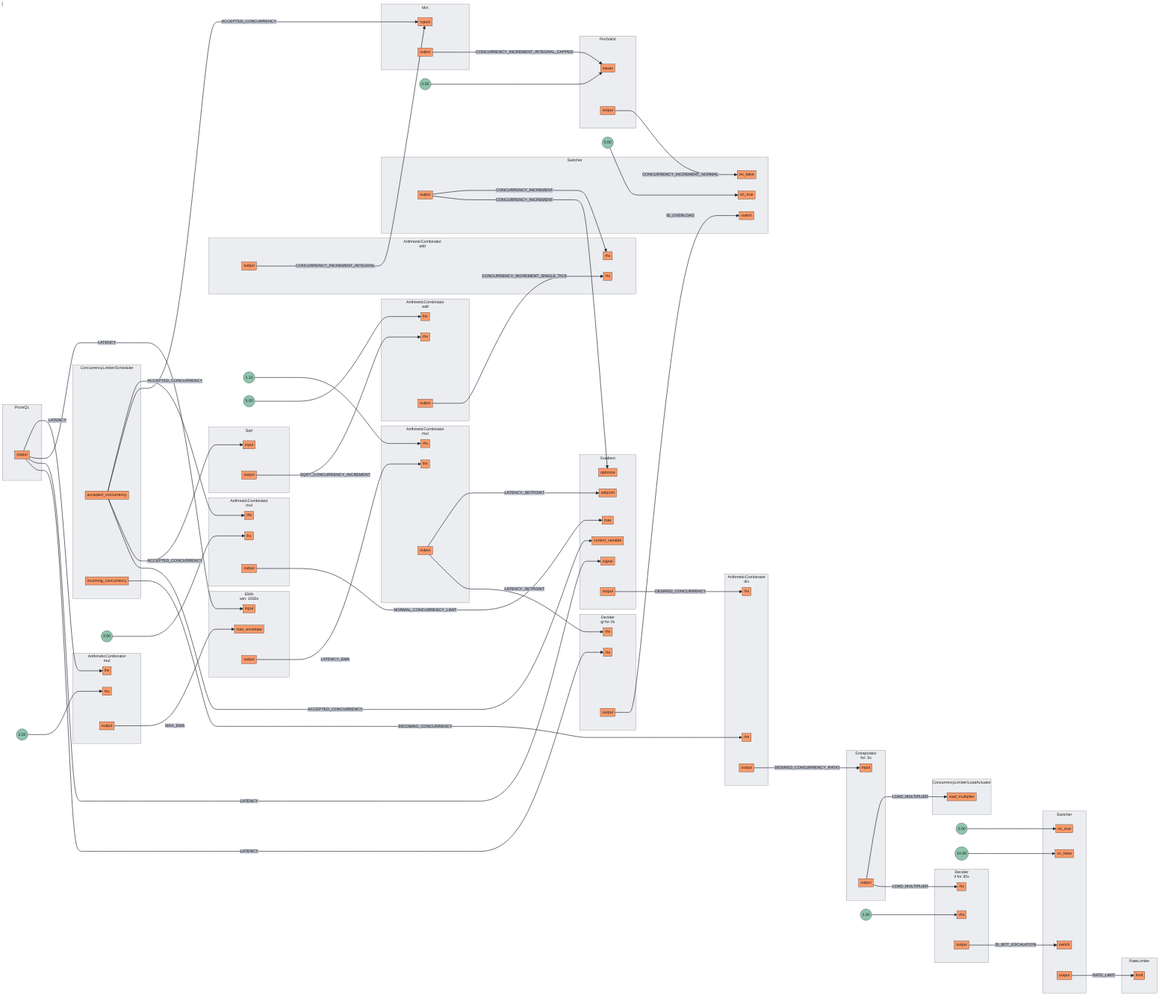
Earlier version of the Mermaid export docs/content/tutorials/flow-control/assets/dynamic-rate-limiting/dynamic-rate-limiting.mmd.png (fluxninja/aperture). Its source is kept beside it as docs/content/tutorials/flow-control/assets/dynamic-rate-limiting/dynamic-rate-limiting.mmd. Source of this version:
```mermaid
flowchart LR
subgraph 0[<center>ArithmeticCombinator<br/>mul</center>]
subgraph 0_inports[ ]
style 0_inports fill:none,stroke:none
0lhs[lhs]
0rhs[rhs]
end
subgraph 0_outports[ ]
style 0_outports fill:none,stroke:none
0output[output]
end
end
FakeConstant0((2.00))
FakeConstant0 --> 0rhs
subgraph 1[<center>ArithmeticCombinator<br/>mul</center>]
subgraph 1_inports[ ]
style 1_inports fill:none,stroke:none
1lhs[lhs]
1rhs[rhs]
end
subgraph 1_outports[ ]
style 1_outports fill:none,stroke:none
1output[output]
end
end
FakeConstant1((1.10))
FakeConstant1 --> 1rhs
subgraph 2[<center>ArithmeticCombinator<br/>div</center>]
subgraph 2_inports[ ]
style 2_inports fill:none,stroke:none
2lhs[lhs]
2rhs[rhs]
end
subgraph 2_outports[ ]
style 2_outports fill:none,stroke:none
2output[output]
end
end
subgraph 3[<center>ArithmeticCombinator<br/>mul</center>]
subgraph 3_inports[ ]
style 3_inports fill:none,stroke:none
3rhs[rhs]
3lhs[lhs]
end
subgraph 3_outports[ ]
style 3_outports fill:none,stroke:none
3output[output]
end
end
FakeConstant2((2.00))
FakeConstant2 --> 3lhs
subgraph 4[<center>ArithmeticCombinator<br/>add</center>]
subgraph 4_inports[ ]
style 4_inports fill:none,stroke:none
4rhs[rhs]
4lhs[lhs]
end
subgraph 4_outports[ ]
style 4_outports fill:none,stroke:none
4output[output]
end
end
FakeConstant3((5.00))
FakeConstant3 --> 4lhs
subgraph 5[<center>ArithmeticCombinator<br/>add</center>]
subgraph 5_inports[ ]
style 5_inports fill:none,stroke:none
5lhs[lhs]
5rhs[rhs]
end
subgraph 5_outports[ ]
style 5_outports fill:none,stroke:none
5output[output]
end
end
subgraph 6[Min]
subgraph 6_inports[ ]
style 6_inports fill:none,stroke:none
6inputs[inputs]
6inputs[inputs]
end
subgraph 6_outports[ ]
style 6_outports fill:none,stroke:none
6output[output]
end
end
subgraph 7[FirstValid]
subgraph 7_inports[ ]
style 7_inports fill:none,stroke:none
7inputs[inputs]
7inputs[inputs]
end
subgraph 7_outports[ ]
style 7_outports fill:none,stroke:none
7output[output]
end
end
FakeConstant4((0.00))
FakeConstant4 --> 7inputs
subgraph 8[Sqrt]
subgraph 8_inports[ ]
style 8_inports fill:none,stroke:none
8input[input]
end
subgraph 8_outports[ ]
style 8_outports fill:none,stroke:none
8output[output]
end
end
subgraph 9[PromQL]
subgraph 9_outports[ ]
style 9_outports fill:none,stroke:none
9output[output]
end
end
subgraph 10[<center>EMA<br/>win: 1500s</center>]
subgraph 10_inports[ ]
style 10_inports fill:none,stroke:none
10input[input]
10max_envelope[max_envelope]
end
subgraph 10_outports[ ]
style 10_outports fill:none,stroke:none
10output[output]
end
end
subgraph 11[Gradient]
subgraph 11_inports[ ]
style 11_inports fill:none,stroke:none
11optimize[optimize]
11max[max]
11control_variable[control_variable]
11signal[signal]
11setpoint[setpoint]
end
subgraph 11_outports[ ]
style 11_outports fill:none,stroke:none
11output[output]
end
end
subgraph 12[<center>Extrapolator<br/>for: 5s</center>]
subgraph 12_inports[ ]
style 12_inports fill:none,stroke:none
12input[input]
end
subgraph 12_outports[ ]
style 12_outports fill:none,stroke:none
12output[output]
end
end
subgraph 13.Scheduler[ConcurrencyLimiter/Scheduler]
subgraph 13.Scheduler_outports[ ]
style 13.Scheduler_outports fill:none,stroke:none
13.Scheduleraccepted_concurrency[accepted_concurrency]
13.Schedulerincoming_concurrency[incoming_concurrency]
end
end
subgraph 13.LoadActuator[ConcurrencyLimiter/LoadActuator]
subgraph 13.LoadActuator_inports[ ]
style 13.LoadActuator_inports fill:none,stroke:none
13.LoadActuatorload_multiplier[load_multiplier]
end
end
subgraph 18[RateLimiter]
subgraph 18_inports[ ]
style 18_inports fill:none,stroke:none
18limit[limit]
end
end
subgraph 17[Switcher]
subgraph 17_inports[ ]
style 17_inports fill:none,stroke:none
17on_true[on_true]
17on_false[on_false]
17switch[switch]
end
subgraph 17_outports[ ]
style 17_outports fill:none,stroke:none
17output[output]
end
end
FakeConstant5((0.00))
FakeConstant5 --> 17on_true
FakeConstant6((10.00))
FakeConstant6 --> 17on_false
subgraph 14[<center>Decider<br/>gt for 0s</center>]
subgraph 14_inports[ ]
style 14_inports fill:none,stroke:none
14lhs[lhs]
14rhs[rhs]
end
subgraph 14_outports[ ]
style 14_outports fill:none,stroke:none
14output[output]
end
end
subgraph 15[Switcher]
subgraph 15_inports[ ]
style 15_inports fill:none,stroke:none
15switch[switch]
15on_true[on_true]
15on_false[on_false]
end
subgraph 15_outports[ ]
style 15_outports fill:none,stroke:none
15output[output]
end
end
FakeConstant7((0.00))
FakeConstant7 --> 15on_true
subgraph 16[<center>Decider<br/>lt for 30s</center>]
subgraph 16_inports[ ]
style 16_inports fill:none,stroke:none
16lhs[lhs]
16rhs[rhs]
end
subgraph 16_outports[ ]
style 16_outports fill:none,stroke:none
16output[output]
end
end
FakeConstant8((1.00))
FakeConstant8 --> 16rhs
9output --> |LATENCY| 0lhs
9output --> |LATENCY| 10input
9output --> |LATENCY| 11signal
9output --> |LATENCY| 14lhs
10output --> |LATENCY_EMA| 1lhs
11output --> |DESIRED_CONCURRENCY| 2lhs
12output --> |LOAD_MULTIPLIER| 13.LoadActuatorload_multiplier
12output --> |LOAD_MULTIPLIER| 16lhs
15output --> |CONCURRENCY_INCREMENT| 5rhs
15output --> |CONCURRENCY_INCREMENT| 11optimize
17output --> |RATE_LIMIT| 18limit
5output --> |CONCURRENCY_INCREMENT_INTEGRAL| 6inputs
1output --> |LATENCY_SETPOINT| 11setpoint
1output --> |LATENCY_SETPOINT| 14rhs
7output --> |CONCURRENCY_INCREMENT_NORMAL| 15on_false
13.Schedulerincoming_concurrency --> |INCOMING_CONCURRENCY| 2rhs
0output --> |MAX_EMA| 10max_envelope
3output --> |NORMAL_CONCURRENCY_LIMIT| 11max
6output --> |CONCURRENCY_INCREMENT_INTEGRAL_CAPPED| 7inputs
8output --> |SQRT_CONCURRENCY_INCREMENT| 4rhs
13.Scheduleraccepted_concurrency --> |ACCEPTED_CONCURRENCY| 3rhs
13.Scheduleraccepted_concurrency --> |ACCEPTED_CONCURRENCY| 6inputs
13.Scheduleraccepted_concurrency --> |ACCEPTED_CONCURRENCY| 8input
13.Scheduleraccepted_concurrency --> |ACCEPTED_CONCURRENCY| 11control_variable
14output --> |IS_OVERLOAD| 15switch
2output --> |DESIRED_CONCURRENCY_RATIO| 12input
16output --> |IS_BOT_ESCALATION| 17switch
4output --> |CONCURRENCY_INCREMENT_SINGLE_TICK| 5lhs
```
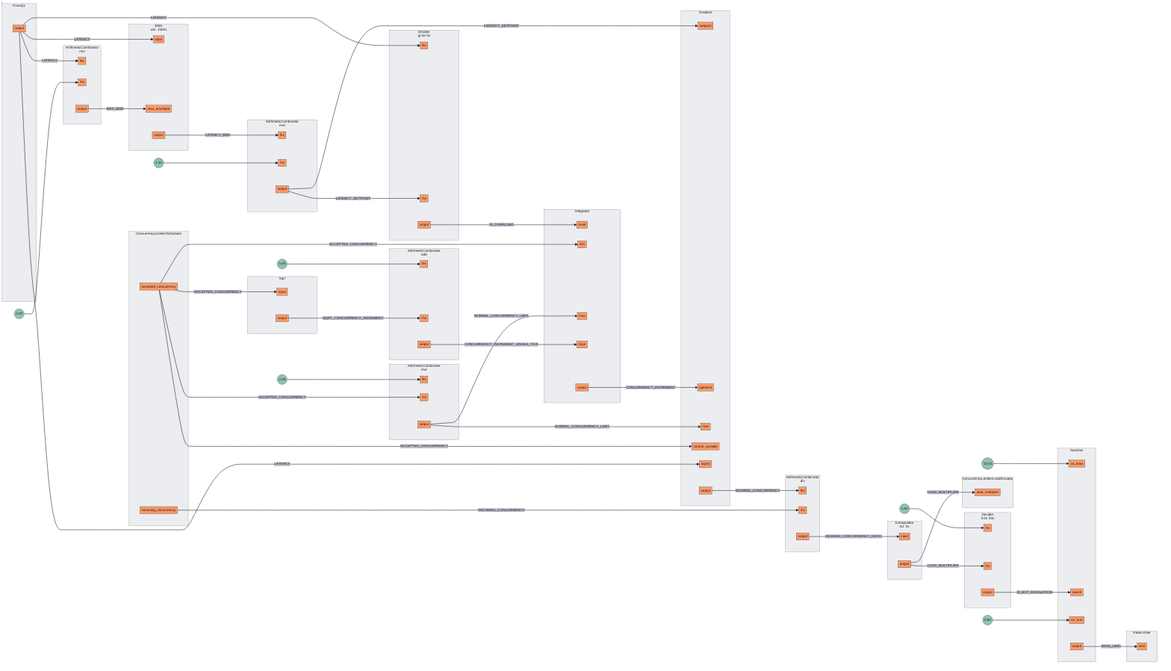
After the commit.

Change to the diagram source:
```diff
@@ -39,8 +39,8 @@
 subgraph 3[<center>ArithmeticCombinator<br/>mul</center>]
 subgraph 3_inports[ ]
 style 3_inports fill:none,stroke:none
+3lhs[lhs]
 3rhs[rhs]
-3lhs[lhs]
 end
 subgraph 3_outports[ ]
 style 3_outports fill:none,stroke:none
@@ -52,8 +52,8 @@
 subgraph 4[<center>ArithmeticCombinator<br/>add</center>]
 subgraph 4_inports[ ]
 style 4_inports fill:none,stroke:none
+4lhs[lhs]
 4rhs[rhs]
-4lhs[lhs]
 end
 subgraph 4_outports[ ]
 style 4_outports fill:none,stroke:none
@@ -62,190 +62,151 @@
 end
 FakeConstant3((5.00))
 FakeConstant3 --> 4lhs
-subgraph 5[<center>ArithmeticCombinator<br/>add</center>]
+subgraph 5[Integrator]
 subgraph 5_inports[ ]
 style 5_inports fill:none,stroke:none
-5lhs[lhs]
-5rhs[rhs]
+5reset[reset]
+5min[min]
+5max[max]
+5input[input]
 end
 subgraph 5_outports[ ]
 style 5_outports fill:none,stroke:none
 5output[output]
 end
 end
-subgraph 6[Min]
+subgraph 6[Sqrt]
 subgraph 6_inports[ ]
 style 6_inports fill:none,stroke:none
-6inputs[inputs]
-6inputs[inputs]
+6input[input]
 end
 subgraph 6_outports[ ]
 style 6_outports fill:none,stroke:none
 6output[output]
 end
 end
-subgraph 7[FirstValid]
-subgraph 7_inports[ ]
-style 7_inports fill:none,stroke:none
-7inputs[inputs]
-7inputs[inputs]
-end
+subgraph 7[PromQL]
 subgraph 7_outports[ ]
 style 7_outports fill:none,stroke:none
 7output[output]
 end
 end
-FakeConstant4((0.00))
-FakeConstant4 --> 7inputs
-subgraph 8[Sqrt]
+subgraph 8[<center>EMA<br/>win: 1500s</center>]
 subgraph 8_inports[ ]
 style 8_inports fill:none,stroke:none
 8input[input]
+8max_envelope[max_envelope]
 end
 subgraph 8_outports[ ]
 style 8_outports fill:none,stroke:none
 8output[output]
 end
 end
-subgraph 9[PromQL]
+subgraph 9[Gradient]
+subgraph 9_inports[ ]
+style 9_inports fill:none,stroke:none
+9setpoint[setpoint]
+9optimize[optimize]
+9max[max]
+9control_variable[control_variable]
+9signal[signal]
+end
 subgraph 9_outports[ ]
 style 9_outports fill:none,stroke:none
 9output[output]
 end
 end
-subgraph 10[<center>EMA<br/>win: 1500s</center>]
+subgraph 10[<center>Extrapolator<br/>for: 5s</center>]
 subgraph 10_inports[ ]
 style 10_inports fill:none,stroke:none
 10input[input]
-10max_envelope[max_envelope]
 end
 subgraph 10_outports[ ]
 style 10_outports fill:none,stroke:none
 10output[output]
 end
 end
-subgraph 11[Gradient]
-subgraph 11_inports[ ]
-style 11_inports fill:none,stroke:none
-11optimize[optimize]
-11max[max]
-11control_variable[control_variable]
-11signal[signal]
-11setpoint[setpoint]
-end
-subgraph 11_outports[ ]
-style 11_outports fill:none,stroke:none
-11output[output]
+subgraph 11.Scheduler[ConcurrencyLimiter/Scheduler]
+subgraph 11.Scheduler_outports[ ]
+style 11.Scheduler_outports fill:none,stroke:none
+11.Scheduleraccepted_concurrency[accepted_concurrency]
+11.Schedulerincoming_concurrency[incoming_concurrency]
 end
 end
-subgraph 12[<center>Extrapolator<br/>for: 5s</center>]
+subgraph 11.LoadActuator[ConcurrencyLimiter/LoadActuator]
+subgraph 11.LoadActuator_inports[ ]
+style 11.LoadActuator_inports fill:none,stroke:none
+11.LoadActuatorload_multiplier[load_multiplier]
+end
+end
+subgraph 15[RateLimiter]
+subgraph 15_inports[ ]
+style 15_inports fill:none,stroke:none
+15limit[limit]
+end
+end
+subgraph 14[Switcher]
+subgraph 14_inports[ ]
+style 14_inports fill:none,stroke:none
+14on_false[on_false]
+14switch[switch]
+14on_true[on_true]
+end
+subgraph 14_outports[ ]
+style 14_outports fill:none,stroke:none
+14output[output]
+end
+end
+FakeConstant4((10.00))
+FakeConstant4 --> 14on_false
+FakeConstant5((0.00))
+FakeConstant5 --> 14on_true
+subgraph 12[<center>Decider<br/>gt for 0s</center>]
 subgraph 12_inports[ ]
 style 12_inports fill:none,stroke:none
-12input[input]
+12lhs[lhs]
+12rhs[rhs]
 end
 subgraph 12_outports[ ]
 style 12_outports fill:none,stroke:none
 12output[output]
 end
 end
-subgraph 13.Scheduler[ConcurrencyLimiter/Scheduler]
-subgraph 13.Scheduler_outports[ ]
-style 13.Scheduler_outports fill:none,stroke:none
-13.Scheduleraccepted_concurrency[accepted_concurrency]
-13.Schedulerincoming_concurrency[incoming_concurrency]
+subgraph 13[<center>Decider<br/>lt for 30s</center>]
+subgraph 13_inports[ ]
+style 13_inports fill:none,stroke:none
+13rhs[rhs]
+13lhs[lhs]
+end
+subgraph 13_outports[ ]
+style 13_outports fill:none,stroke:none
+13output[output]
 end
 end
-subgraph 13.LoadActuator[ConcurrencyLimiter/LoadActuator]
-subgraph 13.LoadActuator_inports[ ]
-style 13.LoadActuator_inports fill:none,stroke:none
-13.LoadActuatorload_multiplier[load_multiplier]
-end
-end
-subgraph 18[RateLimiter]
-subgraph 18_inports[ ]
-style 18_inports fill:none,stroke:none
-18limit[limit]
-end
-end
-subgraph 17[Switcher]
-subgraph 17_inports[ ]
-style 17_inports fill:none,stroke:none
-17on_true[on_true]
-17on_false[on_false]
-17switch[switch]
-end
-subgraph 17_outports[ ]
-style 17_outports fill:none,stroke:none
-17output[output]
-end
-end
-FakeConstant5((0.00))
-FakeConstant5 --> 17on_true
-FakeConstant6((10.00))
-FakeConstant6 --> 17on_false
-subgraph 14[<center>Decider<br/>gt for 0s</center>]
-subgraph 14_inports[ ]
-style 14_inports fill:none,stroke:none
-14lhs[lhs]
-14rhs[rhs]
-end
-subgraph 14_outports[ ]
-style 14_outports fill:none,stroke:none
-14output[output]
-end
-end
-subgraph 15[Switcher]
-subgraph 15_inports[ ]
-style 15_inports fill:none,stroke:none
-15switch[switch]
-15on_true[on_true]
-15on_false[on_false]
-end
-subgraph 15_outports[ ]
-style 15_outports fill:none,stroke:none
-15output[output]
-end
-end
-FakeConstant7((0.00))
-FakeConstant7 --> 15on_true
-subgraph 16[<center>Decider<br/>lt for 30s</center>]
-subgraph 16_inports[ ]
-style 16_inports fill:none,stroke:none
-16lhs[lhs]
-16rhs[rhs]
-end
-subgraph 16_outports[ ]
-style 16_outports fill:none,stroke:none
-16output[output]
-end
-end
-FakeConstant8((1.00))
-FakeConstant8 --> 16rhs
-9output --> |LATENCY| 0lhs
-9output --> |LATENCY| 10input
-9output --> |LATENCY| 11signal
-9output --> |LATENCY| 14lhs
-10output --> |LATENCY_EMA| 1lhs
-11output --> |DESIRED_CONCURRENCY| 2lhs
-12output --> |LOAD_MULTIPLIER| 13.LoadActuatorload_multiplier
-12output --> |LOAD_MULTIPLIER| 16lhs
-15output --> |CONCURRENCY_INCREMENT| 5rhs
-15output --> |CONCURRENCY_INCREMENT| 11optimize
-17output --> |RATE_LIMIT| 18limit
-5output --> |CONCURRENCY_INCREMENT_INTEGRAL| 6inputs
-1output --> |LATENCY_SETPOINT| 11setpoint
-1output --> |LATENCY_SETPOINT| 14rhs
-7output --> |CONCURRENCY_INCREMENT_NORMAL| 15on_false
-13.Schedulerincoming_concurrency --> |INCOMING_CONCURRENCY| 2rhs
-0output --> |MAX_EMA| 10max_envelope
-3output --> |NORMAL_CONCURRENCY_LIMIT| 11max
-6output --> |CONCURRENCY_INCREMENT_INTEGRAL_CAPPED| 7inputs
-8output --> |SQRT_CONCURRENCY_INCREMENT| 4rhs
-13.Scheduleraccepted_concurrency --> |ACCEPTED_CONCURRENCY| 3rhs
-13.Scheduleraccepted_concurrency --> |ACCEPTED_CONCURRENCY| 6inputs
-13.Scheduleraccepted_concurrency --> |ACCEPTED_CONCURRENCY| 8input
-13.Scheduleraccepted_concurrency --> |ACCEPTED_CONCURRENCY| 11control_variable
-14output --> |IS_OVERLOAD| 15switch
-2output --> |DESIRED_CONCURRENCY_RATIO| 12input
-16output --> |IS_BOT_ESCALATION| 17switch
-4output --> |CONCURRENCY_INCREMENT_SINGLE_TICK| 5lhs
+FakeConstant6((1.00))
+FakeConstant6 --> 13rhs
+2output --> |DESIRED_CONCURRENCY_RATIO| 10input
+10output --> |LOAD_MULTIPLIER| 11.LoadActuatorload_multiplier
+10output --> |LOAD_MULTIPLIER| 13lhs
+0output --> |MAX_EMA| 8max_envelope
+1output --> |LATENCY_SETPOINT| 9setpoint
+1output --> |LATENCY_SETPOINT| 12rhs
+6output --> |SQRT_CONCURRENCY_INCREMENT| 4rhs
+11.Schedulerincoming_concurrency --> |INCOMING_CONCURRENCY| 2rhs
+4output --> |CONCURRENCY_INCREMENT_SINGLE_TICK| 5input
+7output --> |LATENCY| 0lhs
+7output --> |LATENCY| 8input
+7output --> |LATENCY| 9signal
+7output --> |LATENCY| 12lhs
+11.Scheduleraccepted_concurrency --> |ACCEPTED_CONCURRENCY| 3rhs
+11.Scheduleraccepted_concurrency --> |ACCEPTED_CONCURRENCY| 5min
+11.Scheduleraccepted_concurrency --> |ACCEPTED_CONCURRENCY| 6input
+11.Scheduleraccepted_concurrency --> |ACCEPTED_CONCURRENCY| 9control_variable
+13output --> |IS_BOT_ESCALATION| 14switch
+12output --> |IS_OVERLOAD| 5reset
+14output --> |RATE_LIMIT| 15limit
+3output --> |NORMAL_CONCURRENCY_LIMIT| 5max
+3output --> |NORMAL_CONCURRENCY_LIMIT| 9max
+5output --> |CONCURRENCY_INCREMENT| 9optimize
+8output --> |LATENCY_EMA| 1lhs
+9output --> |DESIRED_CONCURRENCY| 2lhs
```
